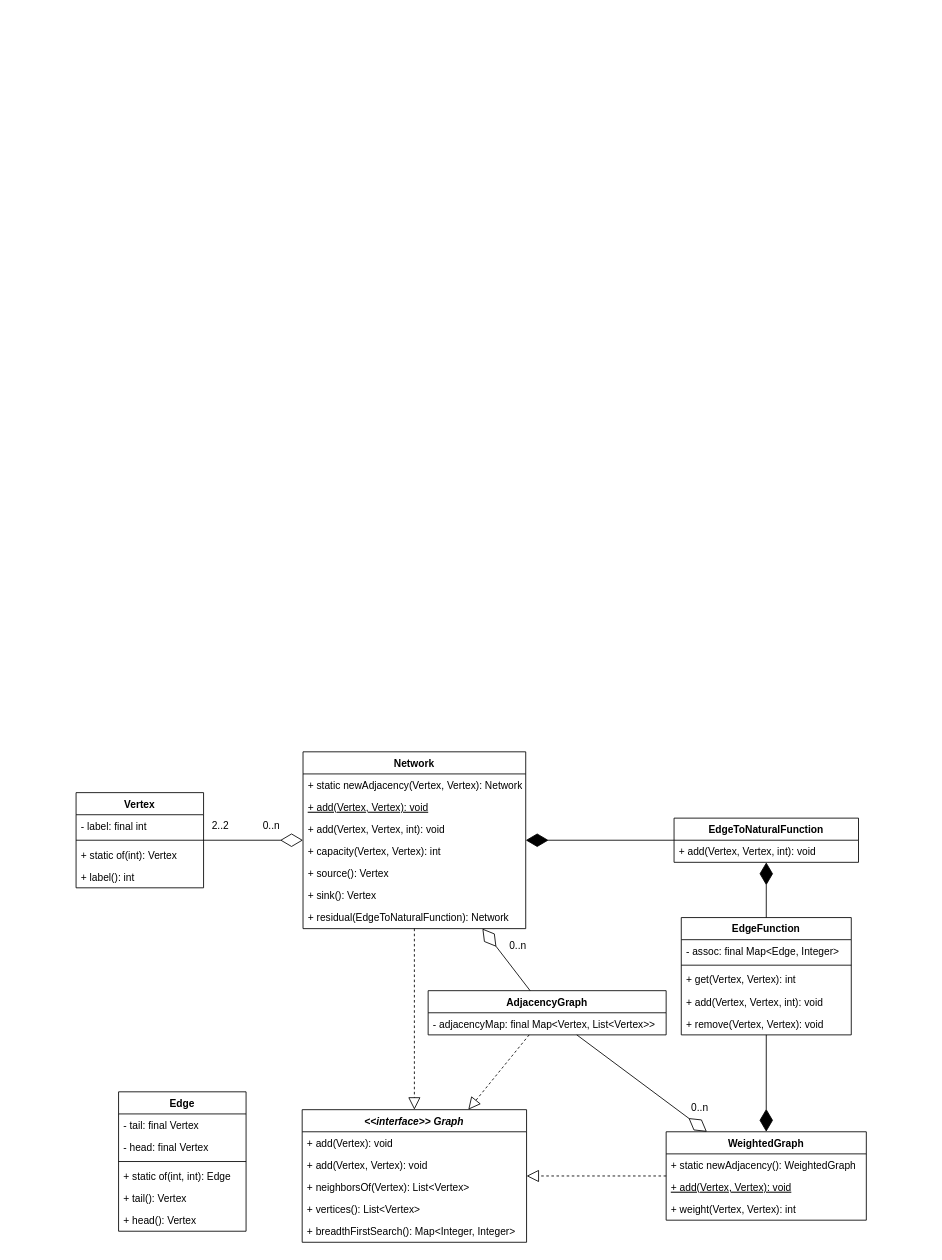
Above: docs/graph.drawio in mgmu/jraf (draw.io), before the change. Source tidied: cells renumbered, new cells numbered last; positions are measured from the earlier drawing's top-left corner, leaving out a move shared by most shapes. Both pictures are drawn from the tidied source at 85%, with x=0, y=0 at pixel (76, 751).
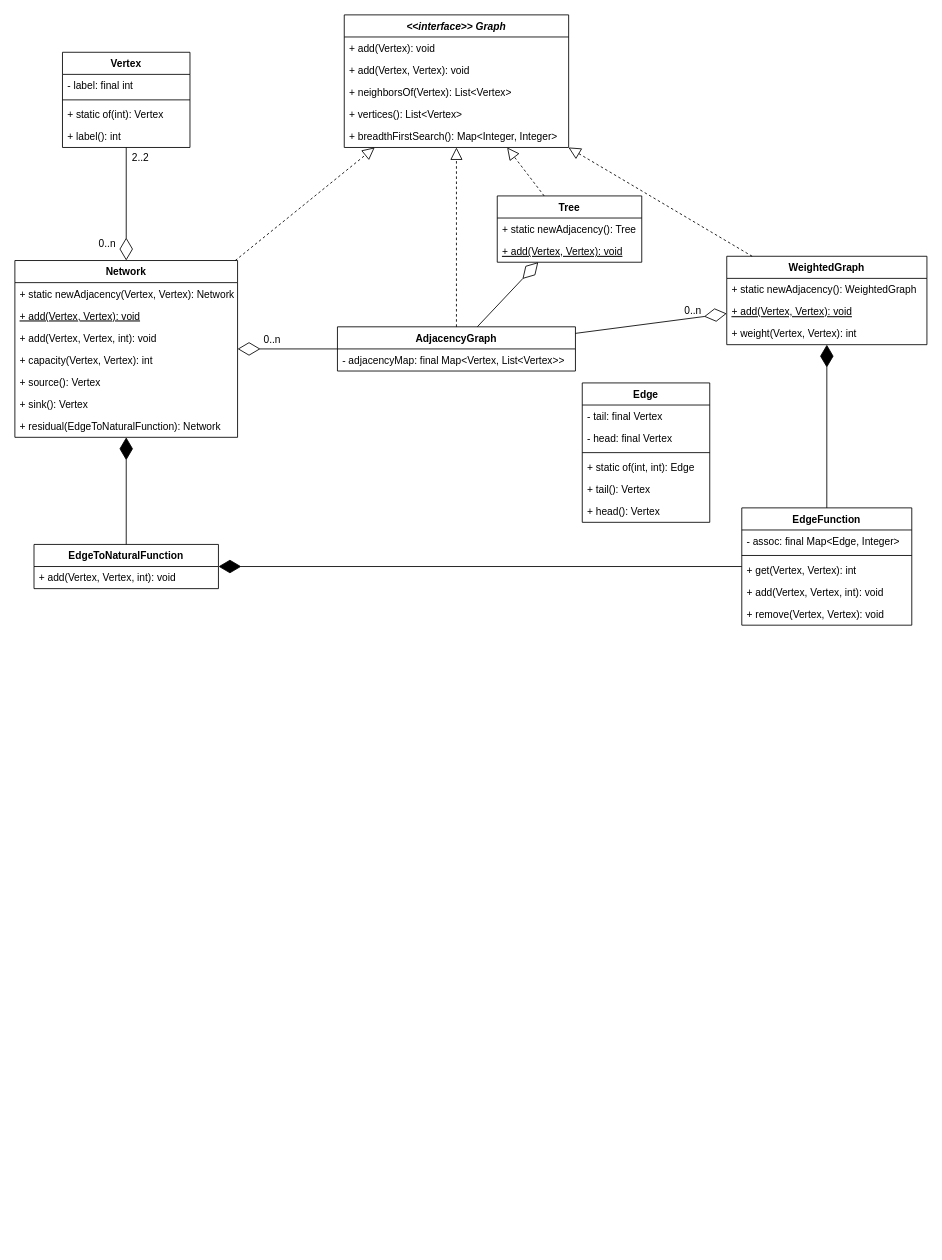
Above is the later version.

Commit message:
Added Tree type

The edit, as a diff of the source:
```diff
@@
     <mxCell id="2" value="&lt;&lt;interface&gt;&gt; Graph" style="swimlane;fontStyle=3;align=center;verticalAlign=top;horizontal=1;startSize=26;" parent="1" vertex="1">
-      <mxGeometry x="266" y="421" width="264" height="156" as="geometry" />
+      <mxGeometry x="315.5" y="-867" width="264" height="156" as="geometry" />
     </mxCell>
@@
     <mxCell id="8" value="AdjacencyGraph" style="swimlane;fontStyle=1;align=center;verticalAlign=top;horizontal=1;startSize=26;" parent="1" vertex="1">
-      <mxGeometry x="414.2" y="281" width="280" height="52" as="geometry" />
+      <mxGeometry x="307.5" y="-500" width="280" height="52" as="geometry" />
     </mxCell>
@@
     <mxCell id="11" value="Vertex" style="swimlane;fontStyle=1;align=center;verticalAlign=top;horizontal=1;startSize=26;" parent="1" vertex="1">
-      <mxGeometry y="48" width="150" height="112" as="geometry" />
+      <mxGeometry x="-16" y="-823" width="150" height="112" as="geometry" />
     </mxCell>
@@
     <mxCell id="16" value="EdgeFunction" style="swimlane;fontStyle=1;align=center;verticalAlign=top;horizontal=1;startSize=26;" parent="1" vertex="1">
-      <mxGeometry x="712" y="195" width="200" height="138" as="geometry" />
+      <mxGeometry x="783.2" y="-287" width="200" height="138" as="geometry" />
     </mxCell>
@@
     <mxCell id="22" value="WeightedGraph" style="swimlane;fontStyle=1;align=center;verticalAlign=top;horizontal=1;startSize=26;" parent="1" vertex="1">
-      <mxGeometry x="694.2" y="447" width="235.5" height="104" as="geometry" />
+      <mxGeometry x="765.5" y="-583" width="235.5" height="104" as="geometry" />
     </mxCell>
@@
     <mxCell id="27" value="0..n" style="text;html=1;strokeColor=none;fillColor=none;align=center;verticalAlign=middle;whiteSpace=wrap;rounded=0;" parent="1" vertex="1">
-      <mxGeometry x="703.5" y="404" width="60" height="30" as="geometry" />
+      <mxGeometry x="695.5" y="-534" width="60" height="30" as="geometry" />
     </mxCell>
@@
     <mxCell id="29" value="Edge" style="swimlane;fontStyle=1;align=center;verticalAlign=top;horizontal=1;startSize=26;" parent="1" vertex="1">
-      <mxGeometry x="50" y="400" width="150" height="164" as="geometry" />
+      <mxGeometry x="595.5" y="-434" width="150" height="164" as="geometry" />
     </mxCell>
@@
     <mxCell id="36" value="Network" style="swimlane;fontStyle=1;align=center;verticalAlign=top;horizontal=1;startSize=26;" parent="1" vertex="1">
-      <mxGeometry x="267" width="262" height="208" as="geometry" />
+      <mxGeometry x="-72" y="-578" width="262" height="208" as="geometry" />
     </mxCell>
@@
     <mxCell id="45" value="0..n" style="text;html=1;strokeColor=none;fillColor=none;align=center;verticalAlign=middle;whiteSpace=wrap;rounded=0;" parent="1" vertex="1">
-      <mxGeometry x="490" y="213" width="60" height="30" as="geometry" />
+      <mxGeometry x="200.5" y="-500" width="60" height="30" as="geometry" />
     </mxCell>
     <mxCell id="46" value="EdgeToNaturalFunction" style="swimlane;fontStyle=1;align=center;verticalAlign=top;horizontal=1;startSize=26;" parent="1" vertex="1">
-      <mxGeometry x="703.5" y="78" width="217" height="52" as="geometry" />
+      <mxGeometry x="-49.5" y="-244" width="217" height="52" as="geometry" />
     </mxCell>
@@
     <mxCell id="50" value="0..n" style="text;html=1;strokeColor=none;fillColor=none;align=center;verticalAlign=middle;whiteSpace=wrap;rounded=0;" parent="1" vertex="1">
-      <mxGeometry x="200" y="72" width="60" height="30" as="geometry" />
+      <mxGeometry x="6.5" y="-613" width="60" height="30" as="geometry" />
     </mxCell>
@@
     <mxCell id="52" value="2..2" style="text;html=1;strokeColor=none;fillColor=none;align=center;verticalAlign=middle;whiteSpace=wrap;rounded=0;" parent="1" vertex="1">
-      <mxGeometry x="140" y="72" width="60" height="30" as="geometry" />
+      <mxGeometry x="45.5" y="-714" width="60" height="30" as="geometry" />
     </mxCell>
@@
+    <mxCell id="55" value="Tree" style="swimlane;fontStyle=1;align=center;verticalAlign=top;horizontal=1;startSize=26;" parent="1" vertex="1">
+      <mxGeometry x="495.5" y="-654" width="170" height="78" as="geometry" />
+    </mxCell>
+    <mxCell id="56" value="+ static newAdjacency(): Tree" style="text;strokeColor=none;fillColor=none;align=left;verticalAlign=top;spacingLeft=4;spacingRight=4;overflow=hidden;" parent="55" vertex="1">
+      <mxGeometry y="26" width="170" height="26" as="geometry" />
+    </mxCell>
+    <mxCell id="57" value="+ add(Vertex, Vertex): void" style="text;strokeColor=none;fillColor=none;align=left;verticalAlign=top;spacingLeft=4;spacingRight=4;overflow=hidden;fontStyle=4;" parent="55" vertex="1">
+      <mxGeometry y="52" width="170" height="26" as="geometry" />
+    </mxCell>
+    <mxCell id="58" style="endArrow=block;dashed=1;endFill=0;endSize=12;html=1;rounded=0;" parent="1" edge="1" source="55" target="2">
+      <mxGeometry relative="1" as="geometry" />
+    </mxCell>
+    <mxCell id="59" style="endArrow=diamondThin;endFill=0;endSize=24;html=1;rounded=0;" parent="1" edge="1" source="8" target="55">
+      <mxGeometry relative="1" as="geometry" />
+    </mxCell>
```
